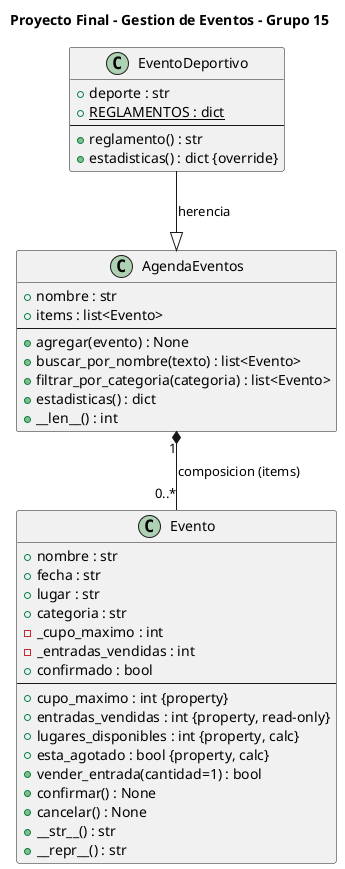
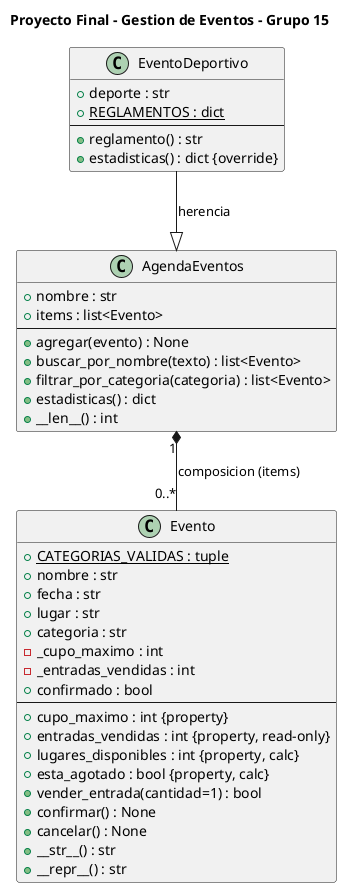
@startuml diagrama_G15
title Proyecto Final - Gestion de Eventos - Grupo 15

class Evento {
+   + {static} CATEGORIAS_VALIDAS : tuple
  + nombre : str
  + fecha : str
  + lugar : str
  + categoria : str
  - _cupo_maximo : int
  - _entradas_vendidas : int
  + confirmado : bool
  --
  + cupo_maximo : int {property}
  + entradas_vendidas : int {property, read-only}
  + lugares_disponibles : int {property, calc}
  + esta_agotado : bool {property, calc}
  + vender_entrada(cantidad=1) : bool
  + confirmar() : None
  + cancelar() : None
  + __str__() : str
  + __repr__() : str
}

class AgendaEventos {
  + nombre : str
  + items : list<Evento>
  --
  + agregar(evento) : None
  + buscar_por_nombre(texto) : list<Evento>
  + filtrar_por_categoria(categoria) : list<Evento>
  + estadisticas() : dict
  + __len__() : int
}

class EventoDeportivo {
  + deporte : str
  + {static} REGLAMENTOS : dict
  --
  + reglamento() : str
  + estadisticas() : dict {override}
}

EventoDeportivo --|> AgendaEventos : herencia
AgendaEventos "1" *-- "0..*" Evento : composicion (items)

@enduml
